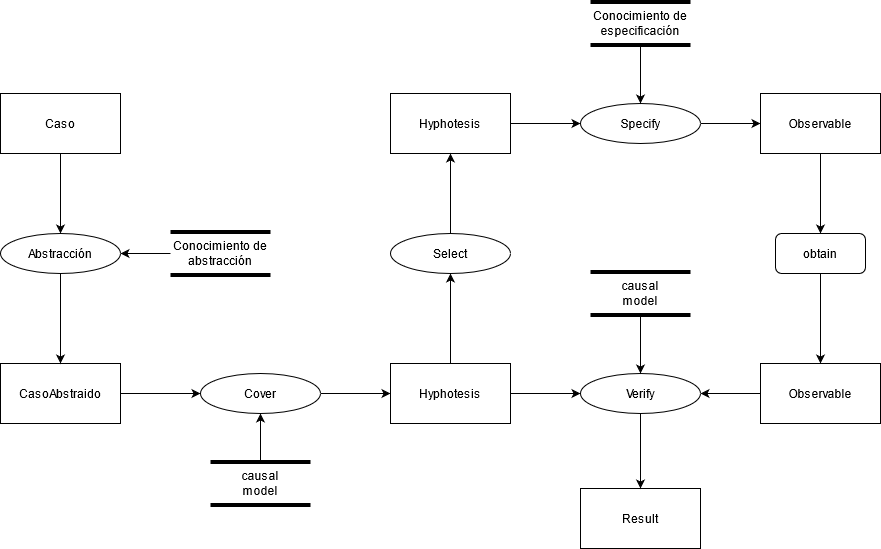
Above: practica/imagenes/PlantillaDiagnosticoModificadaInferencia.png in weltonvs/DSI (draw.io), before the change. Source tidied: cells renumbered, new cells last; positions are measured from the earlier drawing's top-left corner, leaving out a move shared by most shapes.
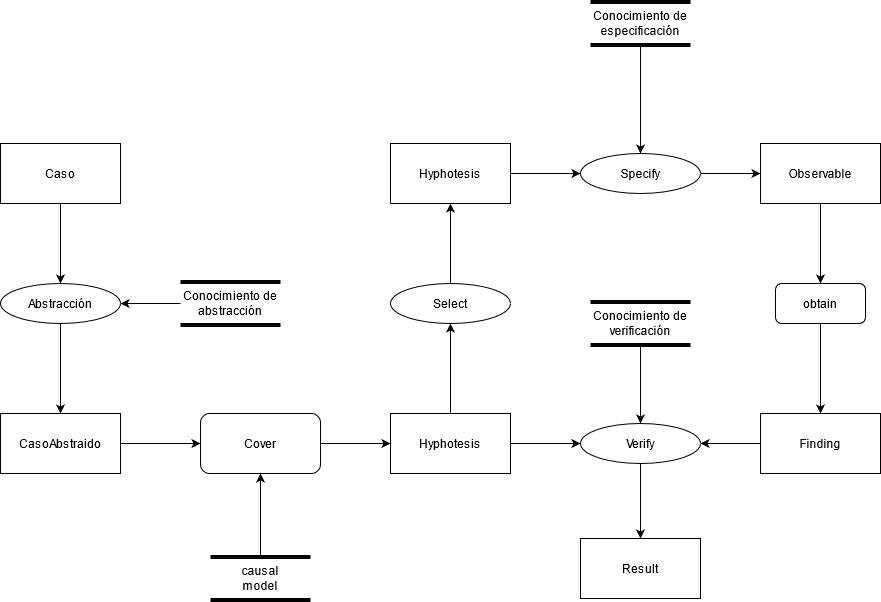
Later version of the same file.

Diff of the diagram source:
```diff
@@ -17,48 +17,25 @@
     <mxCell id="6" value="Result" style="whiteSpace=wrap;html=1;" parent="1" vertex="1">
       <mxGeometry x="580" y="485" width="120" height="60" as="geometry" />
     </mxCell>
-    <mxCell id="7" style="edgeStyle=orthogonalEdgeStyle;rounded=0;jettySize=auto;html=1;exitX=1;exitY=0.5;exitDx=0;exitDy=0;entryX=0;entryY=0.5;entryDx=0;entryDy=0;" parent="1" edge="1" source="8" target="18">
-      <mxGeometry relative="1" as="geometry" />
+    <mxCell id="7" style="edgeStyle=orthogonalEdgeStyle;rounded=0;jettySize=auto;html=1;exitX=1;exitY=0.5;exitDx=0;exitDy=0;entryX=0;entryY=0.5;entryDx=0;entryDy=0;" parent="1" edge="1" source="8">
+      <mxGeometry relative="1" as="geometry">
+        <mxPoint x="200" y="390" as="targetPoint" />
+      </mxGeometry>
     </mxCell>
     <mxCell id="8" value="CasoAbstraido" style="rounded=0;whiteSpace=wrap;html=1;" parent="1" vertex="1">
       <mxGeometry y="360" width="120" height="60" as="geometry" />
     </mxCell>
-    <mxCell id="9" style="shape=link;html=1;startArrow=open;startFill=0;width=40;strokeWidth=4;" parent="1" edge="1">
-      <mxGeometry relative="1" as="geometry">
-        <mxPoint x="210" y="480" as="sourcePoint" />
-        <mxPoint x="310" y="480" as="targetPoint" />
-      </mxGeometry>
-    </mxCell>
-    <mxCell id="10" style="edgeStyle=orthogonalEdgeStyle;rounded=0;jettySize=auto;html=1;exitX=0.5;exitY=0;exitDx=0;exitDy=0;entryX=0.5;entryY=1;entryDx=0;entryDy=0;" parent="1" edge="1" source="11" target="18">
-      <mxGeometry relative="1" as="geometry" />
-    </mxCell>
-    <mxCell id="11" value="causal&lt;br&gt;model" style="text;html=1;strokeColor=none;fillColor=none;align=center;verticalAlign=middle;whiteSpace=wrap;rounded=0;" parent="1" vertex="1">
-      <mxGeometry x="210" y="460" width="100" height="40" as="geometry" />
-    </mxCell>
-    <mxCell id="12" style="shape=link;html=1;startArrow=open;startFill=0;width=40;strokeWidth=4;" parent="1" edge="1">
-      <mxGeometry relative="1" as="geometry">
-        <mxPoint x="170" y="250" as="sourcePoint" />
-        <mxPoint x="270" y="250" as="targetPoint" />
-      </mxGeometry>
-    </mxCell>
-    <mxCell id="13" style="edgeStyle=orthogonalEdgeStyle;rounded=0;jettySize=auto;html=1;exitX=0;exitY=0.5;exitDx=0;exitDy=0;entryX=1;entryY=0.5;entryDx=0;entryDy=0;" parent="1" edge="1" source="14" target="16">
-      <mxGeometry relative="1" as="geometry" />
-    </mxCell>
-    <mxCell id="14" value="Conocimiento de abstracción" style="text;html=1;strokeColor=none;fillColor=none;align=center;verticalAlign=middle;whiteSpace=wrap;rounded=0;" parent="1" vertex="1">
-      <mxGeometry x="170" y="230" width="100" height="40" as="geometry" />
-    </mxCell>
     <mxCell id="15" style="edgeStyle=orthogonalEdgeStyle;rounded=0;jettySize=auto;html=1;exitX=0.5;exitY=1;exitDx=0;exitDy=0;entryX=0.5;entryY=0;entryDx=0;entryDy=0;" parent="1" edge="1" source="16" target="8">
       <mxGeometry relative="1" as="geometry" />
     </mxCell>
     <mxCell id="16" value="Abstracción" style="ellipse;whiteSpace=wrap;html=1;" parent="1" vertex="1">
       <mxGeometry y="230" width="120" height="40" as="geometry" />
     </mxCell>
-    <mxCell id="17" style="edgeStyle=orthogonalEdgeStyle;rounded=0;jettySize=auto;html=1;exitX=1;exitY=0.5;exitDx=0;exitDy=0;entryX=0;entryY=0.5;entryDx=0;entryDy=0;" parent="1" edge="1" source="18" target="21">
-      <mxGeometry relative="1" as="geometry" />
+    <mxCell id="17" style="edgeStyle=orthogonalEdgeStyle;rounded=0;jettySize=auto;html=1;exitX=1;exitY=0.5;exitDx=0;exitDy=0;entryX=0;entryY=0.5;entryDx=0;entryDy=0;" parent="1" edge="1" target="21">
+      <mxGeometry relative="1" as="geometry">
+        <mxPoint x="320" y="390" as="sourcePoint" />
+      </mxGeometry>
     </mxCell>
-    <mxCell id="18" value="Cover" style="ellipse;whiteSpace=wrap;html=1;" parent="1" vertex="1">
-      <mxGeometry x="200" y="370" width="120" height="40" as="geometry" />
-    </mxCell>
     <mxCell id="19" style="edgeStyle=orthogonalEdgeStyle;rounded=0;jettySize=auto;html=1;exitX=0.5;exitY=0;exitDx=0;exitDy=0;entryX=0.5;entryY=1;entryDx=0;entryDy=0;" parent="1" edge="1" source="21" target="23">
       <mxGeometry relative="1" as="geometry" />
     </mxCell>
@@ -96,7 +73,7 @@
     <mxCell id="29" style="edgeStyle=orthogonalEdgeStyle;rounded=0;jettySize=auto;html=1;exitX=0;exitY=0.5;exitDx=0;exitDy=0;entryX=1;entryY=0.5;entryDx=0;entryDy=0;" parent="1" edge="1" source="30" target="32">
       <mxGeometry relative="1" as="geometry" />
     </mxCell>
-    <mxCell id="30" value="Observable" style="whiteSpace=wrap;html=1;" parent="1" vertex="1">
+    <mxCell id="30" value="&lt;div&gt;Finding&lt;/div&gt;" style="whiteSpace=wrap;html=1;" parent="1" vertex="1">
       <mxGeometry x="760" y="360" width="120" height="60" as="geometry" />
     </mxCell>
     <mxCell id="31" style="edgeStyle=orthogonalEdgeStyle;rounded=0;jettySize=auto;html=1;exitX=0.5;exitY=1;exitDx=0;exitDy=0;entryX=0.5;entryY=0;entryDx=0;entryDy=0;" parent="1" edge="1" source="32" target="6">
@@ -105,32 +82,59 @@
     <mxCell id="32" value="Verify" style="ellipse;whiteSpace=wrap;html=1;" parent="1" vertex="1">
       <mxGeometry x="580" y="370" width="120" height="40" as="geometry" />
     </mxCell>
-    <mxCell id="33" style="shape=link;html=1;startArrow=open;startFill=0;width=40;strokeWidth=4;" parent="1" edge="1">
-      <mxGeometry relative="1" as="geometry">
-        <mxPoint x="590" y="20" as="sourcePoint" />
-        <mxPoint x="690" y="20" as="targetPoint" />
-      </mxGeometry>
-    </mxCell>
+    <mxCell id="39" value="obtain" style="rounded=1;whiteSpace=wrap;html=1;" parent="1" vertex="1">
+      <mxGeometry x="775" y="230" width="90" height="40" as="geometry" />
+    </mxCell>
+    <mxCell id="18" value="Cover" style="rounded=1;whiteSpace=wrap;html=1;" parent="1" vertex="1">
+      <mxGeometry x="200" y="360" width="120" height="60" as="geometry" />
+    </mxCell>
+    <mxCell id="40" style="shape=link;html=1;startArrow=open;startFill=0;width=40;strokeWidth=4;" parent="1" edge="1">
+      <mxGeometry relative="1" as="geometry">
+        <mxPoint x="590" y="-30" as="sourcePoint" />
+        <mxPoint x="690" y="-30" as="targetPoint" />
+      </mxGeometry>
+    </mxCell>
     <mxCell id="34" style="edgeStyle=orthogonalEdgeStyle;rounded=0;jettySize=auto;html=1;exitX=0.5;exitY=1;exitDx=0;exitDy=0;entryX=0.5;entryY=0;entryDx=0;entryDy=0;" parent="1" edge="1" source="35" target="25">
       <mxGeometry relative="1" as="geometry" />
     </mxCell>
     <mxCell id="35" value="Conocimiento de especificación" style="text;html=1;strokeColor=none;fillColor=none;align=center;verticalAlign=middle;whiteSpace=wrap;rounded=0;" parent="1" vertex="1">
-      <mxGeometry x="590" width="100" height="40" as="geometry" />
+      <mxGeometry x="590" y="-50" width="100" height="40" as="geometry" />
     </mxCell>
-    <mxCell id="36" style="shape=link;html=1;startArrow=open;startFill=0;width=40;strokeWidth=4;" parent="1" edge="1">
-      <mxGeometry relative="1" as="geometry">
-        <mxPoint x="590" y="290" as="sourcePoint" />
-        <mxPoint x="690" y="290" as="targetPoint" />
-      </mxGeometry>
-    </mxCell>
-    <mxCell id="37" style="edgeStyle=orthogonalEdgeStyle;rounded=0;jettySize=auto;html=1;exitX=0.5;exitY=1;exitDx=0;exitDy=0;entryX=0.5;entryY=0;entryDx=0;entryDy=0;" parent="1" edge="1" source="38" target="32">
-      <mxGeometry relative="1" as="geometry" />
-    </mxCell>
-    <mxCell id="38" value="causal&lt;br&gt;model" style="text;html=1;strokeColor=none;fillColor=none;align=center;verticalAlign=middle;whiteSpace=wrap;rounded=0;" parent="1" vertex="1">
-      <mxGeometry x="590" y="270" width="100" height="40" as="geometry" />
-    </mxCell>
-    <mxCell id="39" value="obtain" style="rounded=1;whiteSpace=wrap;html=1;" parent="1" vertex="1">
-      <mxGeometry x="775" y="230" width="90" height="40" as="geometry" />
-    </mxCell>
+    <mxCell id="41" style="shape=link;html=1;startArrow=open;startFill=0;width=40;strokeWidth=4;" parent="1" edge="1">
+      <mxGeometry relative="1" as="geometry">
+        <mxPoint x="180" y="250" as="sourcePoint" />
+        <mxPoint x="280" y="250" as="targetPoint" />
+      </mxGeometry>
+    </mxCell>
+    <mxCell id="13" style="edgeStyle=orthogonalEdgeStyle;rounded=0;jettySize=auto;html=1;exitX=0;exitY=0.5;exitDx=0;exitDy=0;entryX=1;entryY=0.5;entryDx=0;entryDy=0;" parent="1" edge="1" source="14" target="16">
+      <mxGeometry relative="1" as="geometry" />
+    </mxCell>
+    <mxCell id="14" value="Conocimiento de abstracción" style="text;html=1;strokeColor=none;fillColor=none;align=center;verticalAlign=middle;whiteSpace=wrap;rounded=0;" parent="1" vertex="1">
+      <mxGeometry x="180" y="230" width="100" height="40" as="geometry" />
+    </mxCell>
+    <mxCell id="42" style="shape=link;html=1;startArrow=open;startFill=0;width=40;strokeWidth=4;" parent="1" edge="1">
+      <mxGeometry relative="1" as="geometry">
+        <mxPoint x="210" y="525" as="sourcePoint" />
+        <mxPoint x="310" y="525" as="targetPoint" />
+      </mxGeometry>
+    </mxCell>
+    <mxCell id="43" style="edgeStyle=orthogonalEdgeStyle;rounded=0;jettySize=auto;html=1;exitX=0.5;exitY=0;exitDx=0;exitDy=0;entryX=0.5;entryY=1;entryDx=0;entryDy=0;" parent="1" edge="1" source="44" target="18">
+      <mxGeometry relative="1" as="geometry" />
+    </mxCell>
+    <mxCell id="44" value="causal&lt;br&gt; model" style="text;html=1;strokeColor=none;fillColor=none;align=center;verticalAlign=middle;whiteSpace=wrap;rounded=0;" parent="1" vertex="1">
+      <mxGeometry x="210" y="505" width="100" height="40" as="geometry" />
+    </mxCell>
+    <mxCell id="45" style="shape=link;html=1;startArrow=open;startFill=0;width=40;strokeWidth=4;" parent="1" edge="1">
+      <mxGeometry relative="1" as="geometry">
+        <mxPoint x="590" y="270" as="sourcePoint" />
+        <mxPoint x="690" y="270" as="targetPoint" />
+      </mxGeometry>
+    </mxCell>
+    <mxCell id="46" style="edgeStyle=orthogonalEdgeStyle;rounded=0;jettySize=auto;html=1;exitX=0.5;exitY=1;exitDx=0;exitDy=0;entryX=0.5;entryY=0;entryDx=0;entryDy=0;" parent="1" edge="1" source="47" target="32">
+      <mxGeometry relative="1" as="geometry" />
+    </mxCell>
+    <mxCell id="47" value="Conocimiento de verificación" style="text;html=1;strokeColor=none;fillColor=none;align=center;verticalAlign=middle;whiteSpace=wrap;rounded=0;" parent="1" vertex="1">
+      <mxGeometry x="590" y="250" width="100" height="40" as="geometry" />
+    </mxCell>
   </root>
 </mxGraphModel>
```
